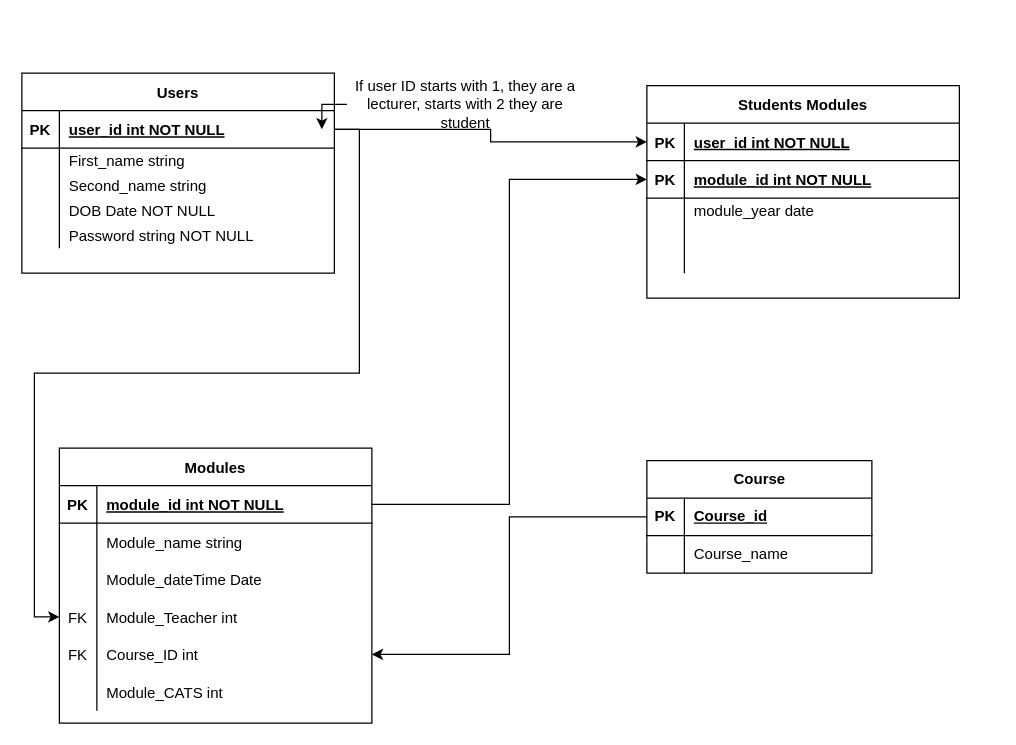
Earlier version of the draw.io diagram ERD.drawio (bensolo12/Databases). Source tidied: cells renumbered, new cells numbered last; positions are measured from the earlier drawing's top-left corner, leaving out a move shared by most shapes. Both pictures are drawn from the tidied source at 125%, with x=0, y=0 at pixel (21, 72).
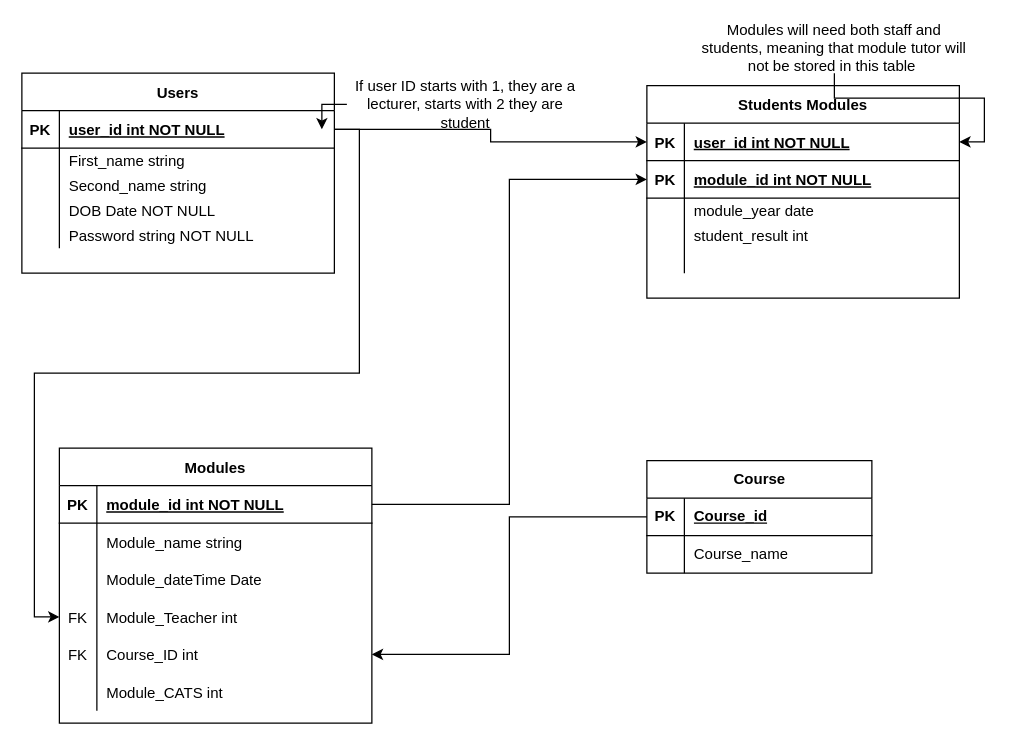
Above is the later version.

The change refers to these unchanged cells:
```xml
<mxCell id="38" style="shape=partialRectangle;fillColor=none;points=[[0,0.5],[1,0.5]];portConstraint=eastwest;top=0;left=0;right=0;bottom=1;" parent="37" vertex="1">
  <mxGeometry y="30" width="250" height="30" as="geometry" />
</mxCell>
<mxCell id="47" style="shape=partialRectangle;fillColor=none;top=0;left=0;right=0;bottom=0;" parent="37" vertex="1">
  <mxGeometry y="110" width="250" height="20" as="geometry" />
</mxCell>
```

The edit, as a diff of the source:
```diff
@@
-    <mxCell id="49" style="shape=partialRectangle;overflow=hidden;fillColor=none;top=0;left=0;bottom=0;right=0;align=left;spacingLeft=6;" parent="47" vertex="1">
+    <mxCell id="49" value="student_result int" style="shape=partialRectangle;overflow=hidden;fillColor=none;top=0;left=0;bottom=0;right=0;align=left;spacingLeft=6;" parent="47" vertex="1">
       <mxGeometry x="30" width="220" height="20" as="geometry" />
     </mxCell>
@@
+    <mxCell id="66" style="edgeStyle=orthogonalEdgeStyle;rounded=0;jettySize=auto;html=1;" parent="1" edge="1" source="67" target="38">
+      <mxGeometry relative="1" as="geometry" />
+    </mxCell>
+    <mxCell id="67" value="Modules will need both staff and students, meaning that module tutor will not be stored in this table&amp;nbsp;" style="text;html=1;align=center;verticalAlign=middle;whiteSpace=wrap;rounded=0;" parent="1" vertex="1">
+      <mxGeometry x="540" y="-40" width="220" height="40" as="geometry" />
+    </mxCell>
```
